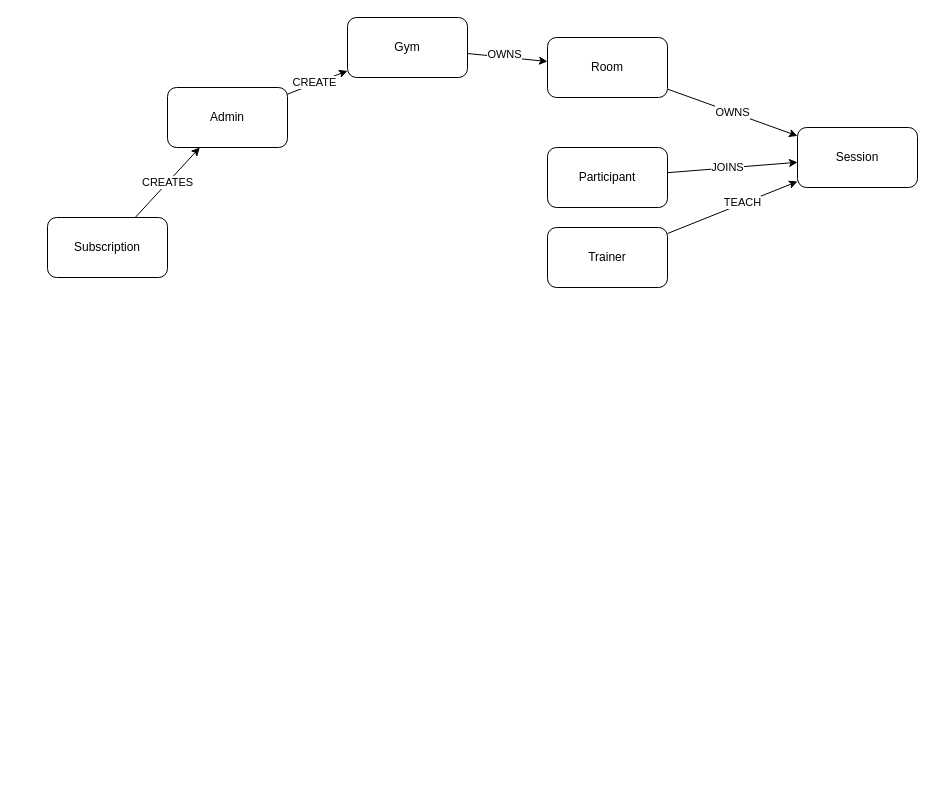
This is diagram.drawio from tanghq33/dotnet-domegym, a draw.io file, before an edit. Source tidied: cells renumbered, new cells numbered last; positions are measured from the earlier drawing's top-left corner, leaving out a move shared by most shapes. Both pictures are drawn from the tidied source at 100%, with x=0, y=0 at pixel (47, 17).
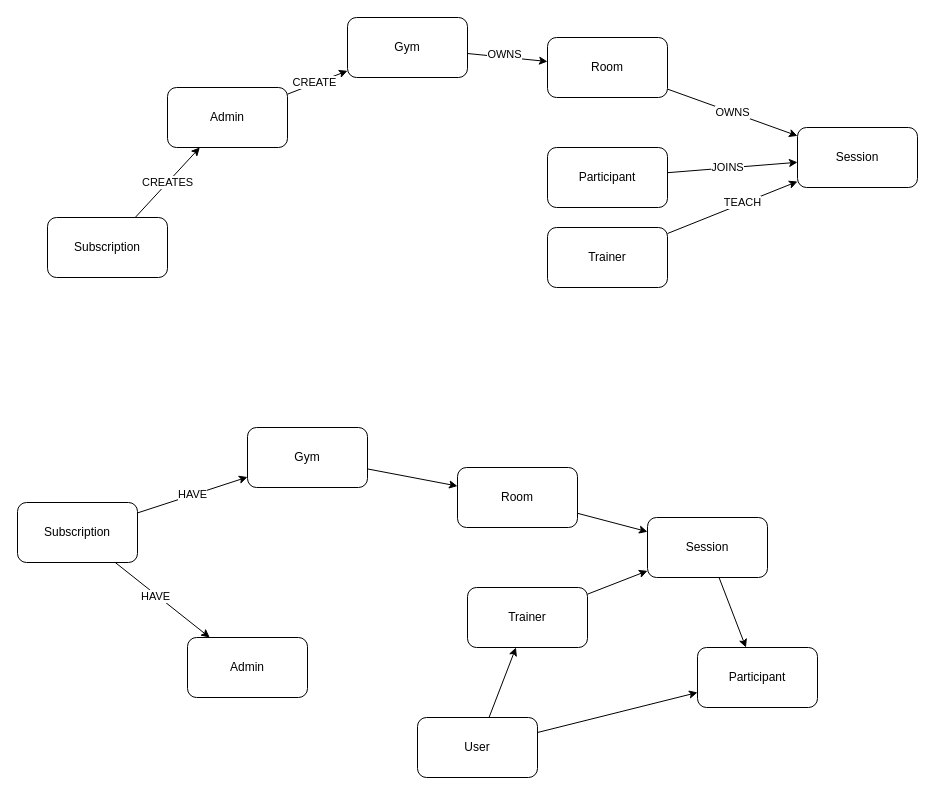
Above is the later version.

Change to the diagram source:
```diff
@@
+    <mxCell id="19" value="HAVE" style="edgeStyle=none;html=1;" parent="1" edge="1" source="22" target="24">
+      <mxGeometry relative="1" as="geometry" />
+    </mxCell>
+    <mxCell id="20" style="edgeStyle=none;html=1;" parent="1" edge="1" source="22" target="25">
+      <mxGeometry relative="1" as="geometry" />
+    </mxCell>
+    <mxCell id="21" value="HAVE" style="edgeLabel;html=1;align=center;verticalAlign=middle;" parent="20" vertex="1">
+      <mxGeometry x="-0.13" y="-2" relative="1" as="geometry" />
+    </mxCell>
+    <mxCell id="22" value="Subscription" style="rounded=1;whiteSpace=wrap;html=1;" parent="1" vertex="1">
+      <mxGeometry x="-30" y="485" width="120" height="60" as="geometry" />
+    </mxCell>
+    <mxCell id="23" style="edgeStyle=none;html=1;" parent="1" edge="1" source="24" target="27">
+      <mxGeometry relative="1" as="geometry" />
+    </mxCell>
+    <mxCell id="24" value="Gym" style="rounded=1;whiteSpace=wrap;html=1;" parent="1" vertex="1">
+      <mxGeometry x="200" y="410" width="120" height="60" as="geometry" />
+    </mxCell>
+    <mxCell id="25" value="Admin" style="rounded=1;whiteSpace=wrap;html=1;" parent="1" vertex="1">
+      <mxGeometry x="140" y="620" width="120" height="60" as="geometry" />
+    </mxCell>
+    <mxCell id="26" style="edgeStyle=none;html=1;" parent="1" edge="1" source="27" target="29">
+      <mxGeometry relative="1" as="geometry" />
+    </mxCell>
+    <mxCell id="27" value="Room" style="rounded=1;whiteSpace=wrap;html=1;" parent="1" vertex="1">
+      <mxGeometry x="410" y="450" width="120" height="60" as="geometry" />
+    </mxCell>
+    <mxCell id="28" style="edgeStyle=none;html=1;" parent="1" edge="1" source="29" target="32">
+      <mxGeometry relative="1" as="geometry" />
+    </mxCell>
+    <mxCell id="29" value="Session" style="rounded=1;whiteSpace=wrap;html=1;" parent="1" vertex="1">
+      <mxGeometry x="600" y="500" width="120" height="60" as="geometry" />
+    </mxCell>
+    <mxCell id="30" style="edgeStyle=none;html=1;" parent="1" edge="1" source="31" target="29">
+      <mxGeometry relative="1" as="geometry" />
+    </mxCell>
+    <mxCell id="31" value="Trainer" style="rounded=1;whiteSpace=wrap;html=1;" parent="1" vertex="1">
+      <mxGeometry x="420" y="570" width="120" height="60" as="geometry" />
+    </mxCell>
+    <mxCell id="32" value="Participant" style="rounded=1;whiteSpace=wrap;html=1;" parent="1" vertex="1">
+      <mxGeometry x="650" y="630" width="120" height="60" as="geometry" />
+    </mxCell>
+    <mxCell id="33" style="edgeStyle=none;html=1;" parent="1" edge="1" source="35" target="31">
+      <mxGeometry relative="1" as="geometry" />
+    </mxCell>
+    <mxCell id="34" style="edgeStyle=none;html=1;" parent="1" edge="1" source="35" target="32">
+      <mxGeometry relative="1" as="geometry" />
+    </mxCell>
+    <mxCell id="35" value="User" style="rounded=1;whiteSpace=wrap;html=1;" parent="1" vertex="1">
+      <mxGeometry x="370" y="700" width="120" height="60" as="geometry" />
+    </mxCell>
```
